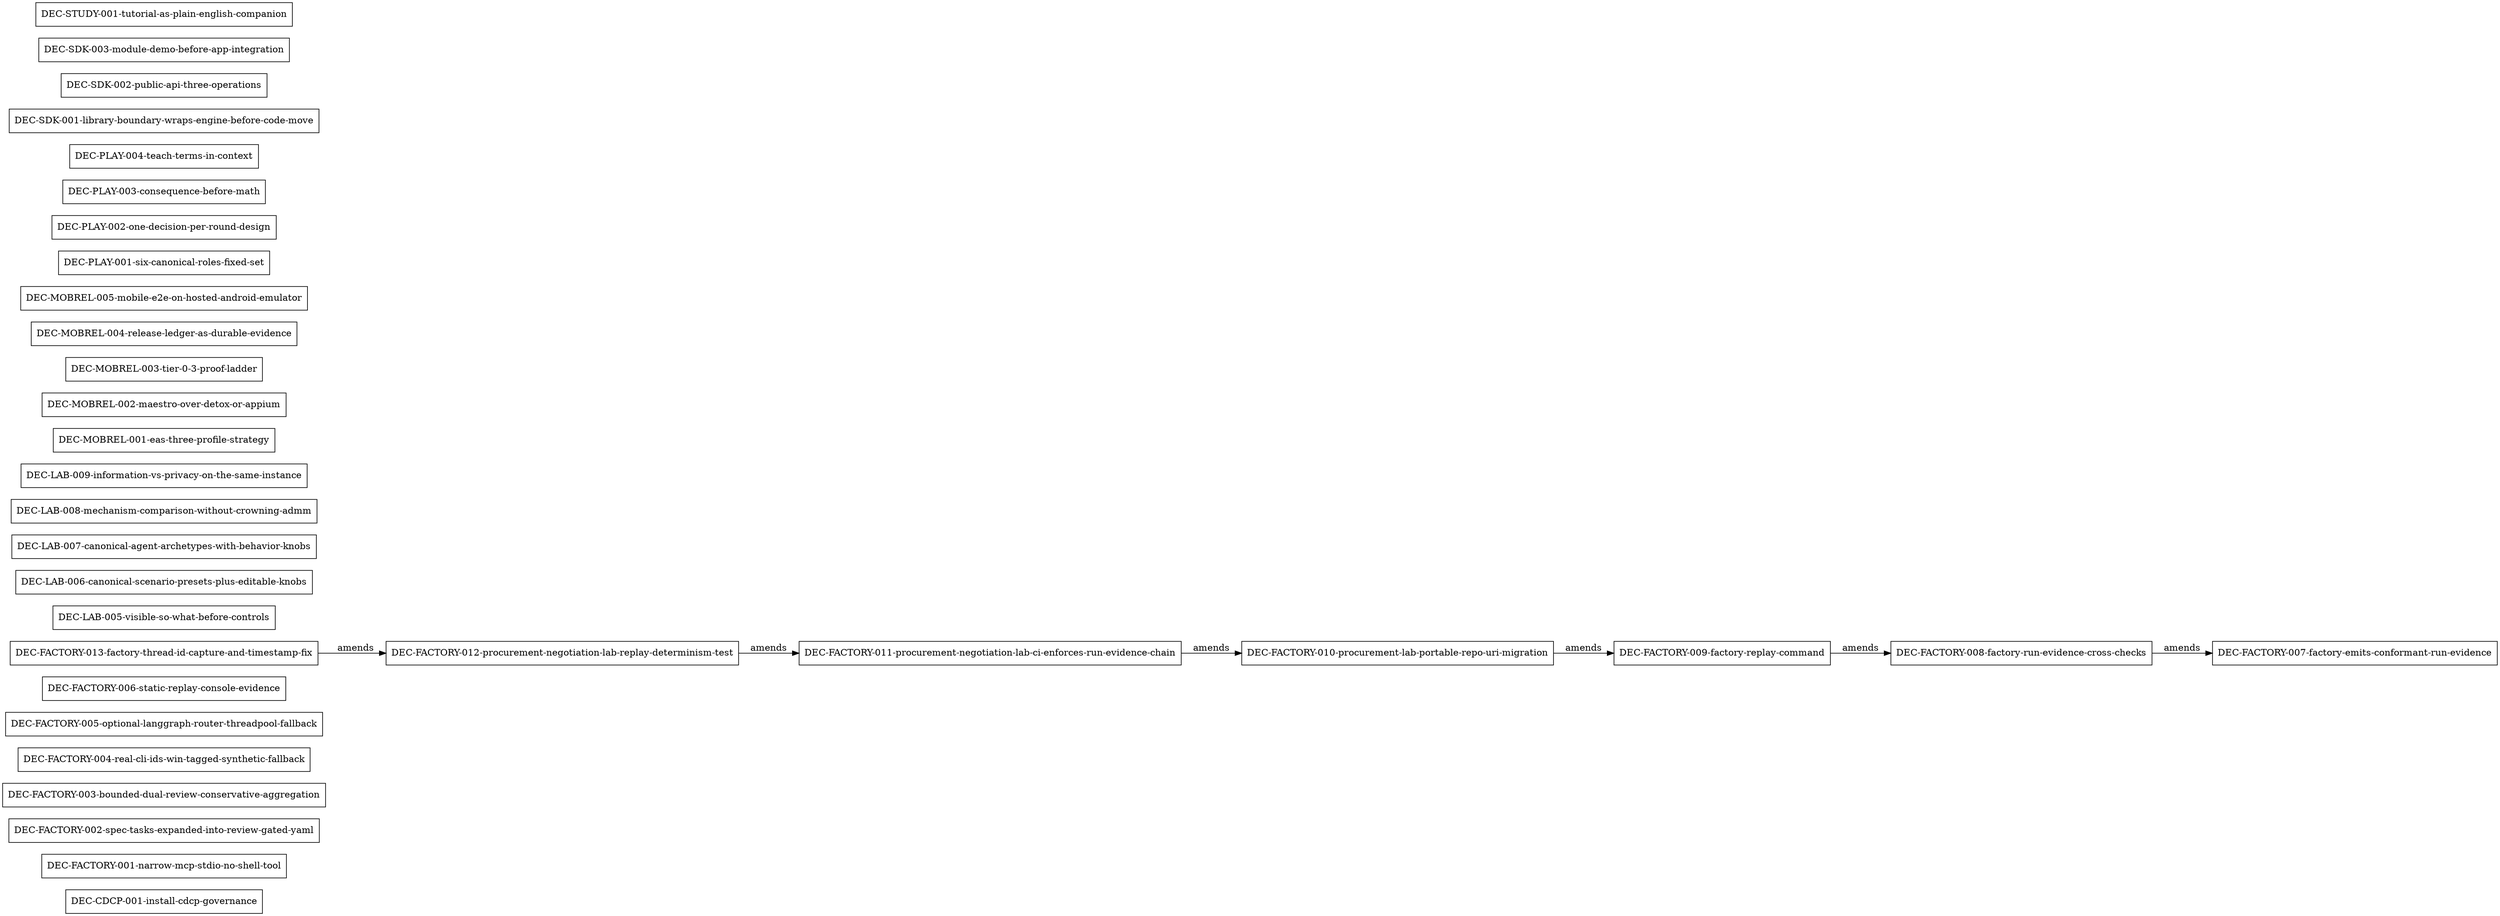
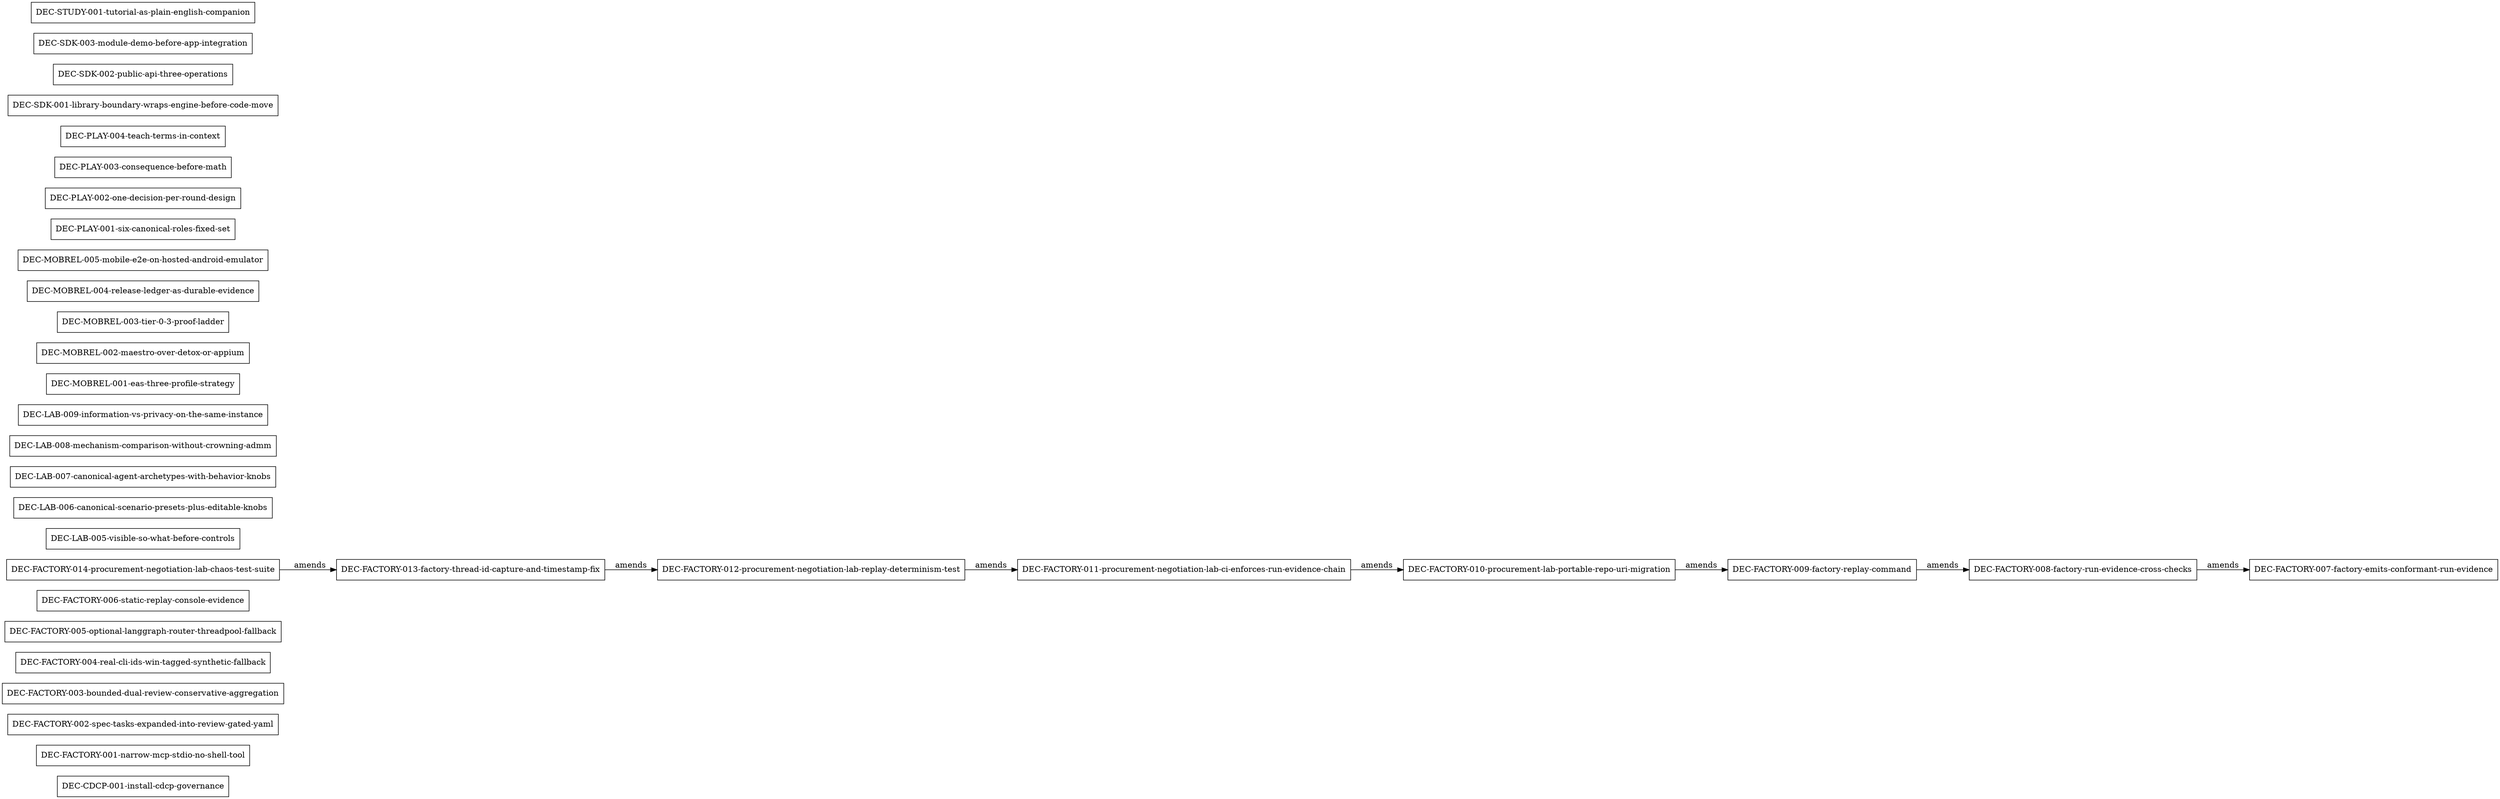
digraph dec_chains_procurement_negotiation_lab {
  rankdir=LR;
  "DEC-CDCP-001-install-cdcp-governance" [shape=box, style=solid];
  "DEC-FACTORY-001-narrow-mcp-stdio-no-shell-tool" [shape=box, style=solid];
  "DEC-FACTORY-002-spec-tasks-expanded-into-review-gated-yaml" [shape=box, style=solid];
  "DEC-FACTORY-003-bounded-dual-review-conservative-aggregation" [shape=box, style=solid];
  "DEC-FACTORY-004-real-cli-ids-win-tagged-synthetic-fallback" [shape=box, style=solid];
  "DEC-FACTORY-005-optional-langgraph-router-threadpool-fallback" [shape=box, style=solid];
  "DEC-FACTORY-006-static-replay-console-evidence" [shape=box, style=solid];
  "DEC-FACTORY-007-factory-emits-conformant-run-evidence" [shape=box, style=solid];
  "DEC-FACTORY-008-factory-run-evidence-cross-checks" [shape=box, style=solid];
  "DEC-FACTORY-009-factory-replay-command" [shape=box, style=solid];
  "DEC-FACTORY-010-procurement-lab-portable-repo-uri-migration" [shape=box, style=solid];
  "DEC-FACTORY-011-procurement-negotiation-lab-ci-enforces-run-evidence-chain" [shape=box, style=solid];
  "DEC-FACTORY-012-procurement-negotiation-lab-replay-determinism-test" [shape=box, style=solid];
  "DEC-FACTORY-013-factory-thread-id-capture-and-timestamp-fix" [shape=box, style=solid];
+   "DEC-FACTORY-014-procurement-negotiation-lab-chaos-test-suite" [shape=box, style=solid];
  "DEC-LAB-005-visible-so-what-before-controls" [shape=box, style=solid];
  "DEC-LAB-006-canonical-scenario-presets-plus-editable-knobs" [shape=box, style=solid];
  "DEC-LAB-007-canonical-agent-archetypes-with-behavior-knobs" [shape=box, style=solid];
  "DEC-LAB-008-mechanism-comparison-without-crowning-admm" [shape=box, style=solid];
  "DEC-LAB-009-information-vs-privacy-on-the-same-instance" [shape=box, style=solid];
  "DEC-MOBREL-001-eas-three-profile-strategy" [shape=box, style=solid];
  "DEC-MOBREL-002-maestro-over-detox-or-appium" [shape=box, style=solid];
  "DEC-MOBREL-003-tier-0-3-proof-ladder" [shape=box, style=solid];
  "DEC-MOBREL-004-release-ledger-as-durable-evidence" [shape=box, style=solid];
  "DEC-MOBREL-005-mobile-e2e-on-hosted-android-emulator" [shape=box, style=solid];
  "DEC-PLAY-001-six-canonical-roles-fixed-set" [shape=box, style=solid];
  "DEC-PLAY-002-one-decision-per-round-design" [shape=box, style=solid];
  "DEC-PLAY-003-consequence-before-math" [shape=box, style=solid];
  "DEC-PLAY-004-teach-terms-in-context" [shape=box, style=solid];
  "DEC-SDK-001-library-boundary-wraps-engine-before-code-move" [shape=box, style=solid];
  "DEC-SDK-002-public-api-three-operations" [shape=box, style=solid];
  "DEC-SDK-003-module-demo-before-app-integration" [shape=box, style=solid];
  "DEC-STUDY-001-tutorial-as-plain-english-companion" [shape=box, style=solid];
  "DEC-FACTORY-008-factory-run-evidence-cross-checks" -> "DEC-FACTORY-007-factory-emits-conformant-run-evidence" [label="amends"];
  "DEC-FACTORY-009-factory-replay-command" -> "DEC-FACTORY-008-factory-run-evidence-cross-checks" [label="amends"];
  "DEC-FACTORY-010-procurement-lab-portable-repo-uri-migration" -> "DEC-FACTORY-009-factory-replay-command" [label="amends"];
  "DEC-FACTORY-011-procurement-negotiation-lab-ci-enforces-run-evidence-chain" -> "DEC-FACTORY-010-procurement-lab-portable-repo-uri-migration" [label="amends"];
  "DEC-FACTORY-012-procurement-negotiation-lab-replay-determinism-test" -> "DEC-FACTORY-011-procurement-negotiation-lab-ci-enforces-run-evidence-chain" [label="amends"];
  "DEC-FACTORY-013-factory-thread-id-capture-and-timestamp-fix" -> "DEC-FACTORY-012-procurement-negotiation-lab-replay-determinism-test" [label="amends"];
+   "DEC-FACTORY-014-procurement-negotiation-lab-chaos-test-suite" -> "DEC-FACTORY-013-factory-thread-id-capture-and-timestamp-fix" [label="amends"];
}
